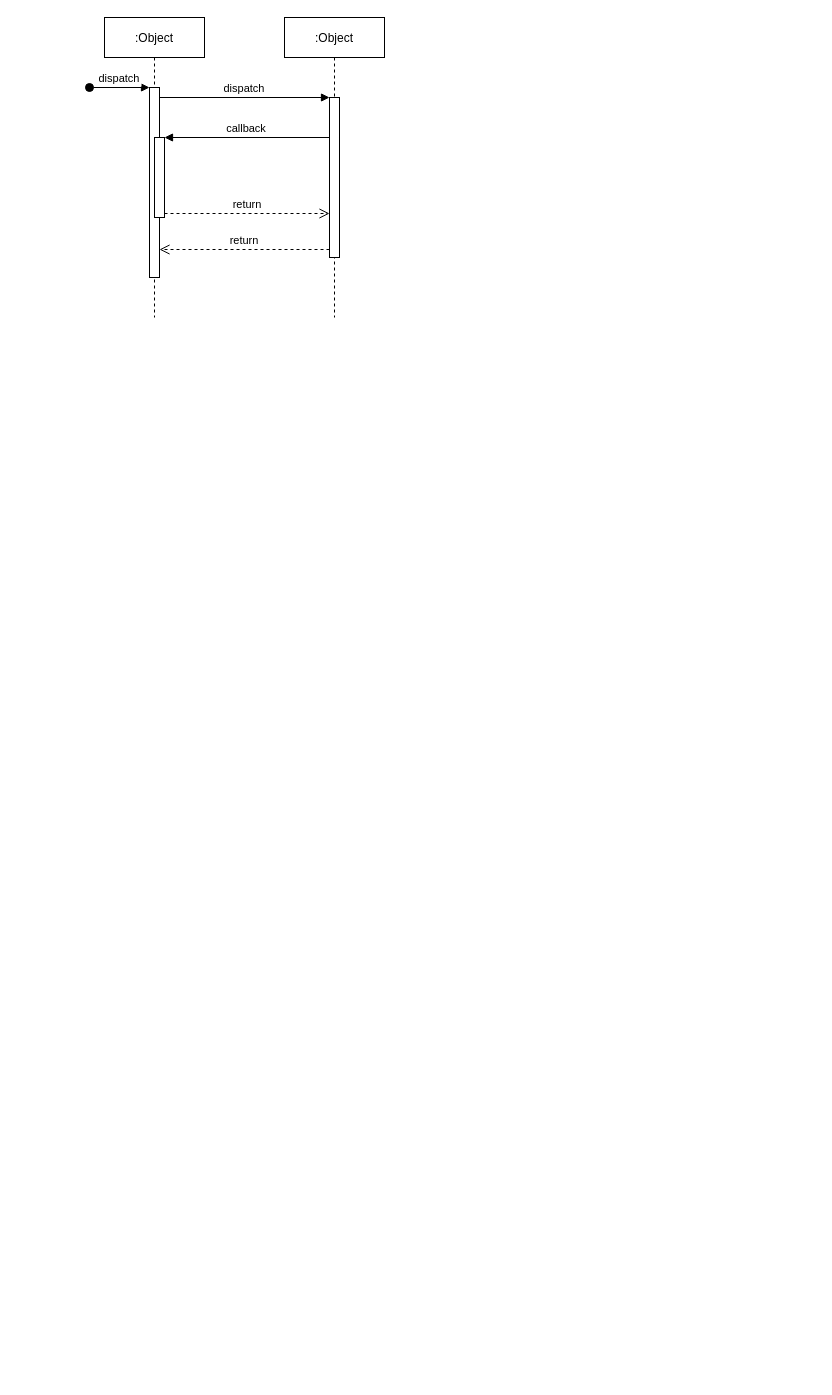
Earlier version of the draw.io diagram elasticsearch/replication/es_occr.drawio (kingskipper/design). Source tidied: cells renumbered, new cells numbered last; positions are measured from the earlier drawing's top-left corner, leaving out a move shared by most shapes. Both pictures are drawn from the tidied source at 100%, with x=0, y=0 at pixel (89, 17).
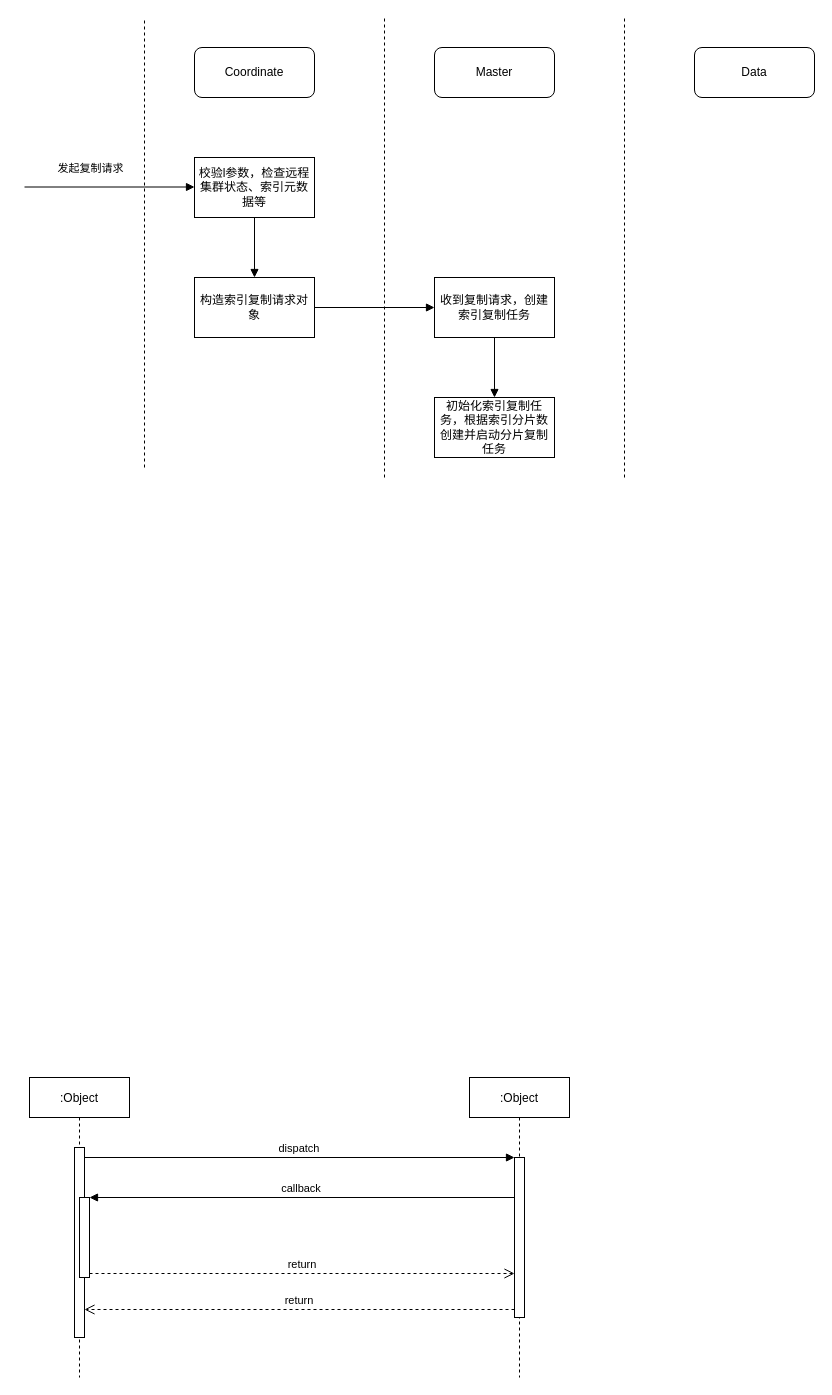
The same page after the edit.

Unchanged cells that the change refers to:
```xml
<mxCell id="3" style="points=[];perimeter=orthogonalPerimeter;rounded=0;shadow=0;strokeWidth=1;" parent="2" vertex="1">
  <mxGeometry x="45" y="70" width="10" height="190" as="geometry" />
</mxCell>
```

Diff of the diagram source:
```diff
@@
     <mxCell id="2" value=":Object" style="shape=umlLifeline;perimeter=lifelinePerimeter;rounded=0;shadow=0;strokeWidth=1;" parent="1" vertex="1">
-      <mxGeometry x="15" width="100" height="300" as="geometry" />
+      <mxGeometry x="-60" y="1060" width="100" height="300" as="geometry" />
     </mxCell>
@@
-    <mxCell id="4" value="dispatch" style="verticalAlign=bottom;startArrow=oval;endArrow=block;startSize=8;shadow=0;strokeWidth=1;" parent="2" edge="1" target="3">
-      <mxGeometry relative="1" as="geometry">
-        <mxPoint x="-15" y="70" as="sourcePoint" />
-      </mxGeometry>
-    </mxCell>
@@
     <mxCell id="6" value=":Object" style="shape=umlLifeline;perimeter=lifelinePerimeter;rounded=0;shadow=0;strokeWidth=1;" parent="1" vertex="1">
-      <mxGeometry x="195" width="100" height="300" as="geometry" />
+      <mxGeometry x="380" y="1060" width="100" height="300" as="geometry" />
     </mxCell>
@@
+    <mxCell id="12" style="endArrow=none;html=1;rounded=0;dashed=1;" parent="1" edge="1">
+      <mxGeometry relative="1" as="geometry">
+        <mxPoint x="55" y="450" as="sourcePoint" />
+        <mxPoint x="55" as="targetPoint" />
+      </mxGeometry>
+    </mxCell>
+    <mxCell id="13" value="Coordinate" style="rounded=1;whiteSpace=wrap;html=1;" parent="1" vertex="1">
+      <mxGeometry x="105" y="30" width="120" height="50" as="geometry" />
+    </mxCell>
+    <mxCell id="14" style="endArrow=none;html=1;rounded=0;dashed=1;" parent="1" edge="1">
+      <mxGeometry relative="1" as="geometry">
+        <mxPoint x="535" y="460" as="sourcePoint" />
+        <mxPoint x="535" as="targetPoint" />
+      </mxGeometry>
+    </mxCell>
+    <mxCell id="15" style="edgeStyle=orthogonalEdgeStyle;rounded=0;jettySize=auto;html=1;exitX=1;exitY=0.5;exitDx=0;exitDy=0;entryX=0;entryY=0.5;entryDx=0;entryDy=0;endArrow=block;endFill=1;" parent="1" edge="1" source="16" target="23">
+      <mxGeometry relative="1" as="geometry" />
+    </mxCell>
+    <mxCell id="16" value="构造索引复制请求对象" style="rounded=0;whiteSpace=wrap;html=1;" parent="1" vertex="1">
+      <mxGeometry x="105" y="260" width="120" height="60" as="geometry" />
+    </mxCell>
+    <mxCell id="17" style="endArrow=block;html=1;rounded=0;endFill=1;" parent="1" edge="1">
+      <mxGeometry relative="1" as="geometry">
+        <mxPoint x="-65" y="169.5" as="sourcePoint" />
+        <mxPoint x="105" y="169.5" as="targetPoint" />
+        <Array as="points">
+          <mxPoint x="55" y="169.5" />
+        </Array>
+      </mxGeometry>
+    </mxCell>
+    <mxCell id="18" value="发起复制请求" style="edgeLabel;html=1;align=center;verticalAlign=middle;" parent="17" vertex="1">
+      <mxGeometry relative="1" as="geometry">
+        <mxPoint x="-20" y="-19" as="offset" />
+      </mxGeometry>
+    </mxCell>
+    <mxCell id="19" value="Master" style="rounded=1;whiteSpace=wrap;html=1;" parent="1" vertex="1">
+      <mxGeometry x="345" y="30" width="120" height="50" as="geometry" />
+    </mxCell>
+    <mxCell id="20" style="edgeStyle=orthogonalEdgeStyle;rounded=0;jettySize=auto;html=1;exitX=0.5;exitY=1;exitDx=0;exitDy=0;entryX=0.5;entryY=0;entryDx=0;entryDy=0;endArrow=block;endFill=1;" parent="1" edge="1" source="21" target="16">
+      <mxGeometry relative="1" as="geometry" />
+    </mxCell>
+    <mxCell id="21" value="校验l参数，检查远程集群状态、索引元数据等" style="rounded=0;whiteSpace=wrap;html=1;" parent="1" vertex="1">
+      <mxGeometry x="105" y="140" width="120" height="60" as="geometry" />
+    </mxCell>
+    <mxCell id="22" style="edgeStyle=orthogonalEdgeStyle;rounded=0;jettySize=auto;html=1;exitX=0.5;exitY=1;exitDx=0;exitDy=0;entryX=0.5;entryY=0;entryDx=0;entryDy=0;endArrow=block;endFill=1;" parent="1" edge="1" source="23" target="24">
+      <mxGeometry relative="1" as="geometry" />
+    </mxCell>
+    <mxCell id="23" value="收到复制请求，创建索引复制任务" style="rounded=0;whiteSpace=wrap;html=1;" parent="1" vertex="1">
+      <mxGeometry x="345" y="260" width="120" height="60" as="geometry" />
+    </mxCell>
+    <mxCell id="24" value="初始化索引复制任务，根据索引分片数创建并启动分片复制任务" style="rounded=0;whiteSpace=wrap;html=1;" parent="1" vertex="1">
+      <mxGeometry x="345" y="380" width="120" height="60" as="geometry" />
+    </mxCell>
+    <mxCell id="25" style="endArrow=none;html=1;rounded=0;dashed=1;" parent="1" edge="1">
+      <mxGeometry relative="1" as="geometry">
+        <mxPoint x="295" y="460" as="sourcePoint" />
+        <mxPoint x="295" as="targetPoint" />
+      </mxGeometry>
+    </mxCell>
+    <mxCell id="26" value="Data" style="rounded=1;whiteSpace=wrap;html=1;" parent="1" vertex="1">
+      <mxGeometry x="605" y="30" width="120" height="50" as="geometry" />
+    </mxCell>
```
